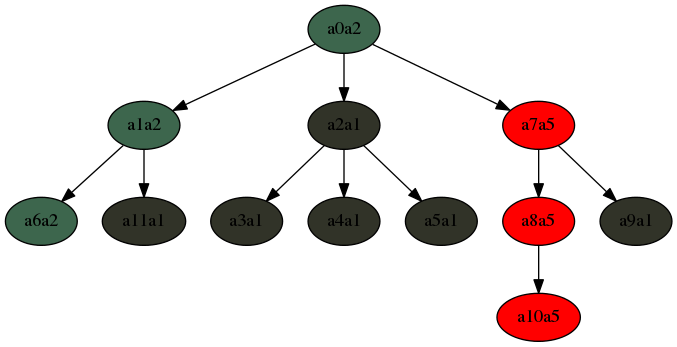
The Graphviz diagram fitch_step_1.png in MenshovSergey/Fitch, before a commit. Its source is kept beside it as fitch_step_1.dot.
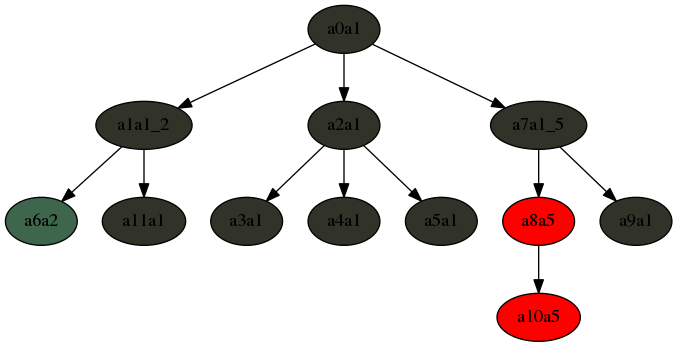
The same diagram one commit later.

Change to the diagram source:
```diff
@@ -1,12 +1,12 @@
 digraph fitch_step_1{
-a0a2 [style=filled,fillcolor="0.4 0.4 0.4"]
-a0a2->a1a2;
-a1a2 [style=filled,fillcolor="0.4 0.4 0.4"]
-a1a2->a6a2;
+a0a1 [style=filled,fillcolor="0.2 0.2 0.2"]
+a0a1->a1a1_2;
+a1a1_2 [style=filled,fillcolor="0.2 0.2 0.2"]
+a1a1_2->a6a2;
 a6a2 [style=filled,fillcolor="0.4 0.4 0.4"]
-a1a2->a11a1;
+a1a1_2->a11a1;
 a11a1 [style=filled,fillcolor="0.2 0.2 0.2"]
-a0a2->a2a1;
+a0a1->a2a1;
 a2a1 [style=filled,fillcolor="0.2 0.2 0.2"]
 a2a1->a3a1;
 a3a1 [style=filled,fillcolor="0.2 0.2 0.2"]
@@ -14,12 +14,12 @@
 a4a1 [style=filled,fillcolor="0.2 0.2 0.2"]
 a2a1->a5a1;
 a5a1 [style=filled,fillcolor="0.2 0.2 0.2"]
-a0a2->a7a5;
-a7a5 [style=filled,fillcolor="1.0 1.0 1.0"]
-a7a5->a8a5;
+a0a1->a7a1_5;
+a7a1_5 [style=filled,fillcolor="0.2 0.2 0.2"]
+a7a1_5->a8a5;
 a8a5 [style=filled,fillcolor="1.0 1.0 1.0"]
 a8a5->a10a5;
 a10a5 [style=filled,fillcolor="1.0 1.0 1.0"]
-a7a5->a9a1;
+a7a1_5->a9a1;
 a9a1 [style=filled,fillcolor="0.2 0.2 0.2"]
 }
```
